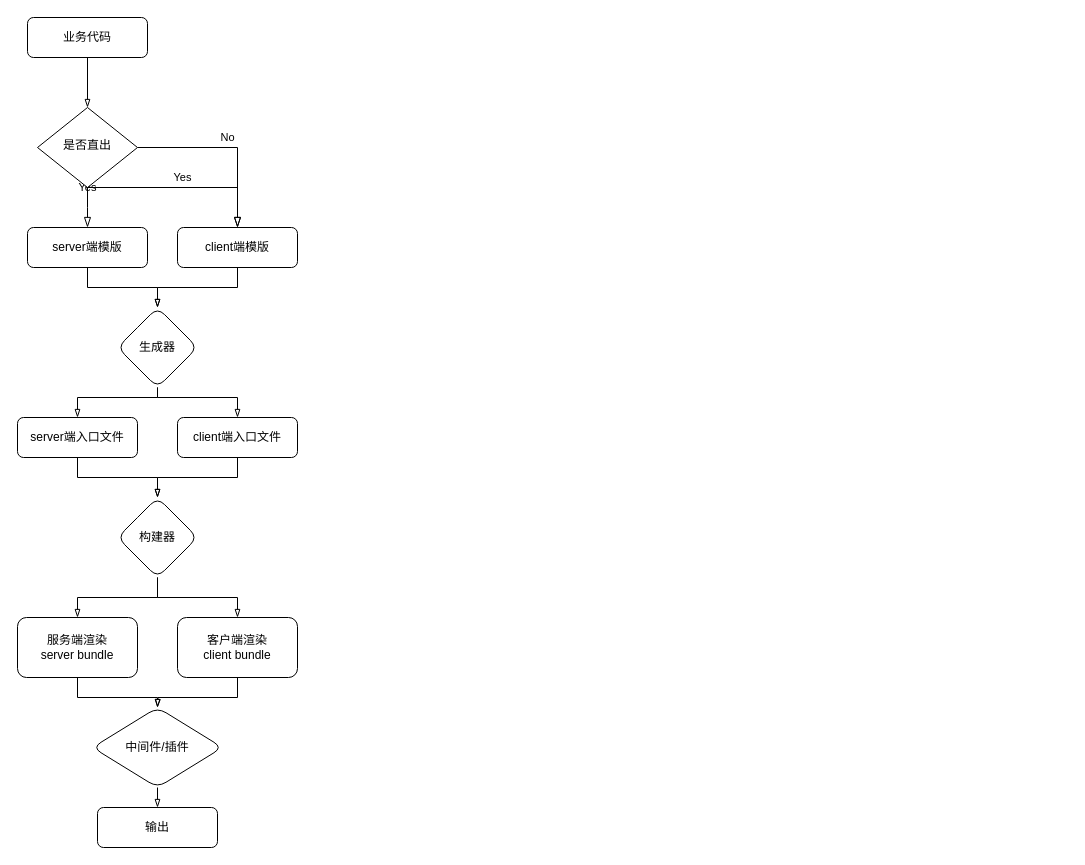
This is MTKE上云.drawio from Alvabill/drawio, a draw.io file, before an edit. Source tidied: cells renumbered, new cells numbered last; positions are measured from the earlier drawing's top-left corner, leaving out a move shared by most shapes. Both pictures are drawn from the tidied source at 100%, with x=0, y=0 at pixel (17, 17).
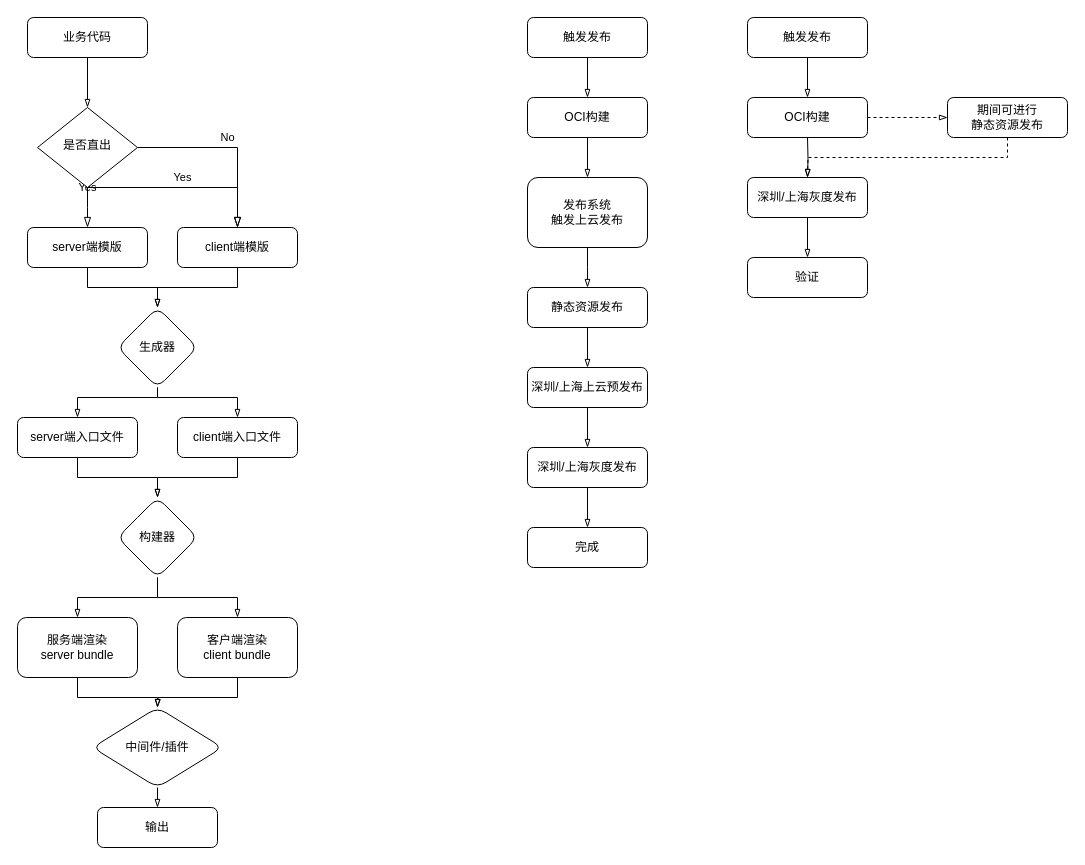
Above is the later version.

What changed in the source:
```diff
@@
+    <mxCell id="30" style="edgeStyle=orthogonalEdgeStyle;rounded=0;jettySize=auto;html=1;endArrow=blockThin;endFill=0;" parent="1" edge="1" source="31" target="33">
+      <mxGeometry relative="1" as="geometry" />
+    </mxCell>
+    <mxCell id="31" value="触发发布" style="rounded=1;whiteSpace=wrap;html=1;fontSize=12;glass=0;strokeWidth=1;shadow=0;" parent="1" vertex="1">
+      <mxGeometry x="510" width="120" height="40" as="geometry" />
+    </mxCell>
+    <mxCell id="32" style="edgeStyle=orthogonalEdgeStyle;rounded=0;jettySize=auto;html=1;endArrow=blockThin;endFill=0;" parent="1" edge="1" source="33" target="35">
+      <mxGeometry relative="1" as="geometry" />
+    </mxCell>
+    <mxCell id="33" value="OCI构建" style="rounded=1;whiteSpace=wrap;html=1;fontSize=12;glass=0;strokeWidth=1;shadow=0;" parent="1" vertex="1">
+      <mxGeometry x="510" y="80" width="120" height="40" as="geometry" />
+    </mxCell>
+    <mxCell id="34" style="edgeStyle=orthogonalEdgeStyle;rounded=0;jettySize=auto;html=1;endArrow=blockThin;endFill=0;" parent="1" edge="1" source="35">
+      <mxGeometry relative="1" as="geometry">
+        <mxPoint x="570" y="270" as="targetPoint" />
+      </mxGeometry>
+    </mxCell>
+    <mxCell id="35" value="发布系统&lt;br&gt;触发上云发布" style="rounded=1;whiteSpace=wrap;html=1;fontSize=12;glass=0;strokeWidth=1;shadow=0;" parent="1" vertex="1">
+      <mxGeometry x="510" y="160" width="120" height="70" as="geometry" />
+    </mxCell>
+    <mxCell id="36" style="edgeStyle=orthogonalEdgeStyle;rounded=0;jettySize=auto;html=1;exitX=0.5;exitY=1;exitDx=0;exitDy=0;entryX=0.5;entryY=0;entryDx=0;entryDy=0;endArrow=blockThin;endFill=0;" parent="1" edge="1" source="37" target="39">
+      <mxGeometry relative="1" as="geometry" />
+    </mxCell>
+    <mxCell id="37" value="静态资源发布" style="rounded=1;whiteSpace=wrap;html=1;fontSize=12;glass=0;strokeWidth=1;shadow=0;" parent="1" vertex="1">
+      <mxGeometry x="510" y="270" width="120" height="40" as="geometry" />
+    </mxCell>
+    <mxCell id="38" style="edgeStyle=orthogonalEdgeStyle;rounded=0;jettySize=auto;html=1;endArrow=blockThin;endFill=0;" parent="1" edge="1" source="39" target="41">
+      <mxGeometry relative="1" as="geometry" />
+    </mxCell>
+    <mxCell id="39" value="深圳/上海上云预发布" style="rounded=1;whiteSpace=wrap;html=1;fontSize=12;glass=0;strokeWidth=1;shadow=0;" parent="1" vertex="1">
+      <mxGeometry x="510" y="350" width="120" height="40" as="geometry" />
+    </mxCell>
+    <mxCell id="40" style="edgeStyle=orthogonalEdgeStyle;rounded=0;jettySize=auto;html=1;endArrow=blockThin;endFill=0;" parent="1" edge="1" source="41" target="50">
+      <mxGeometry relative="1" as="geometry" />
+    </mxCell>
+    <mxCell id="41" value="深圳/上海灰度发布" style="rounded=1;whiteSpace=wrap;html=1;fontSize=12;glass=0;strokeWidth=1;shadow=0;" parent="1" vertex="1">
+      <mxGeometry x="510" y="430" width="120" height="40" as="geometry" />
+    </mxCell>
+    <mxCell id="42" style="edgeStyle=orthogonalEdgeStyle;rounded=0;jettySize=auto;html=1;endArrow=blockThin;endFill=0;" parent="1" edge="1" source="43" target="45">
+      <mxGeometry relative="1" as="geometry" />
+    </mxCell>
+    <mxCell id="43" value="触发发布" style="rounded=1;whiteSpace=wrap;html=1;fontSize=12;glass=0;strokeWidth=1;shadow=0;" parent="1" vertex="1">
+      <mxGeometry x="730" width="120" height="40" as="geometry" />
+    </mxCell>
+    <mxCell id="44" style="edgeStyle=orthogonalEdgeStyle;rounded=0;jettySize=auto;html=1;endArrow=blockThin;endFill=0;dashed=1;" parent="1" edge="1" source="45" target="52">
+      <mxGeometry relative="1" as="geometry" />
+    </mxCell>
+    <mxCell id="45" value="OCI构建" style="rounded=1;whiteSpace=wrap;html=1;fontSize=12;glass=0;strokeWidth=1;shadow=0;" parent="1" vertex="1">
+      <mxGeometry x="730" y="80" width="120" height="40" as="geometry" />
+    </mxCell>
+    <mxCell id="46" style="edgeStyle=orthogonalEdgeStyle;rounded=0;jettySize=auto;html=1;exitX=0.5;exitY=1;exitDx=0;exitDy=0;entryX=0.5;entryY=0;entryDx=0;entryDy=0;endArrow=blockThin;endFill=0;" parent="1" edge="1" target="48">
+      <mxGeometry relative="1" as="geometry">
+        <mxPoint x="790" y="120" as="sourcePoint" />
+      </mxGeometry>
+    </mxCell>
+    <mxCell id="47" style="edgeStyle=orthogonalEdgeStyle;rounded=0;jettySize=auto;html=1;endArrow=blockThin;endFill=0;" parent="1" edge="1" source="48" target="49">
+      <mxGeometry relative="1" as="geometry" />
+    </mxCell>
+    <mxCell id="48" value="深圳/上海灰度发布" style="rounded=1;whiteSpace=wrap;html=1;fontSize=12;glass=0;strokeWidth=1;shadow=0;" parent="1" vertex="1">
+      <mxGeometry x="730" y="160" width="120" height="40" as="geometry" />
+    </mxCell>
+    <mxCell id="49" value="验证" style="rounded=1;whiteSpace=wrap;html=1;fontSize=12;glass=0;strokeWidth=1;shadow=0;" parent="1" vertex="1">
+      <mxGeometry x="730" y="240" width="120" height="40" as="geometry" />
+    </mxCell>
+    <mxCell id="50" value="完成" style="rounded=1;whiteSpace=wrap;html=1;fontSize=12;glass=0;strokeWidth=1;shadow=0;" parent="1" vertex="1">
+      <mxGeometry x="510" y="510" width="120" height="40" as="geometry" />
+    </mxCell>
+    <mxCell id="51" style="edgeStyle=orthogonalEdgeStyle;rounded=0;jettySize=auto;html=1;exitX=0.5;exitY=1;exitDx=0;exitDy=0;endArrow=blockThin;endFill=0;dashed=1;" parent="1" edge="1" source="52">
+      <mxGeometry relative="1" as="geometry">
+        <mxPoint x="790" y="160" as="targetPoint" />
+      </mxGeometry>
+    </mxCell>
+    <mxCell id="52" value="期间可进行&lt;br&gt;静态资源发布" style="rounded=1;whiteSpace=wrap;html=1;fontSize=12;glass=0;strokeWidth=1;shadow=0;" parent="1" vertex="1">
+      <mxGeometry x="930" y="80" width="120" height="40" as="geometry" />
+    </mxCell>
```
